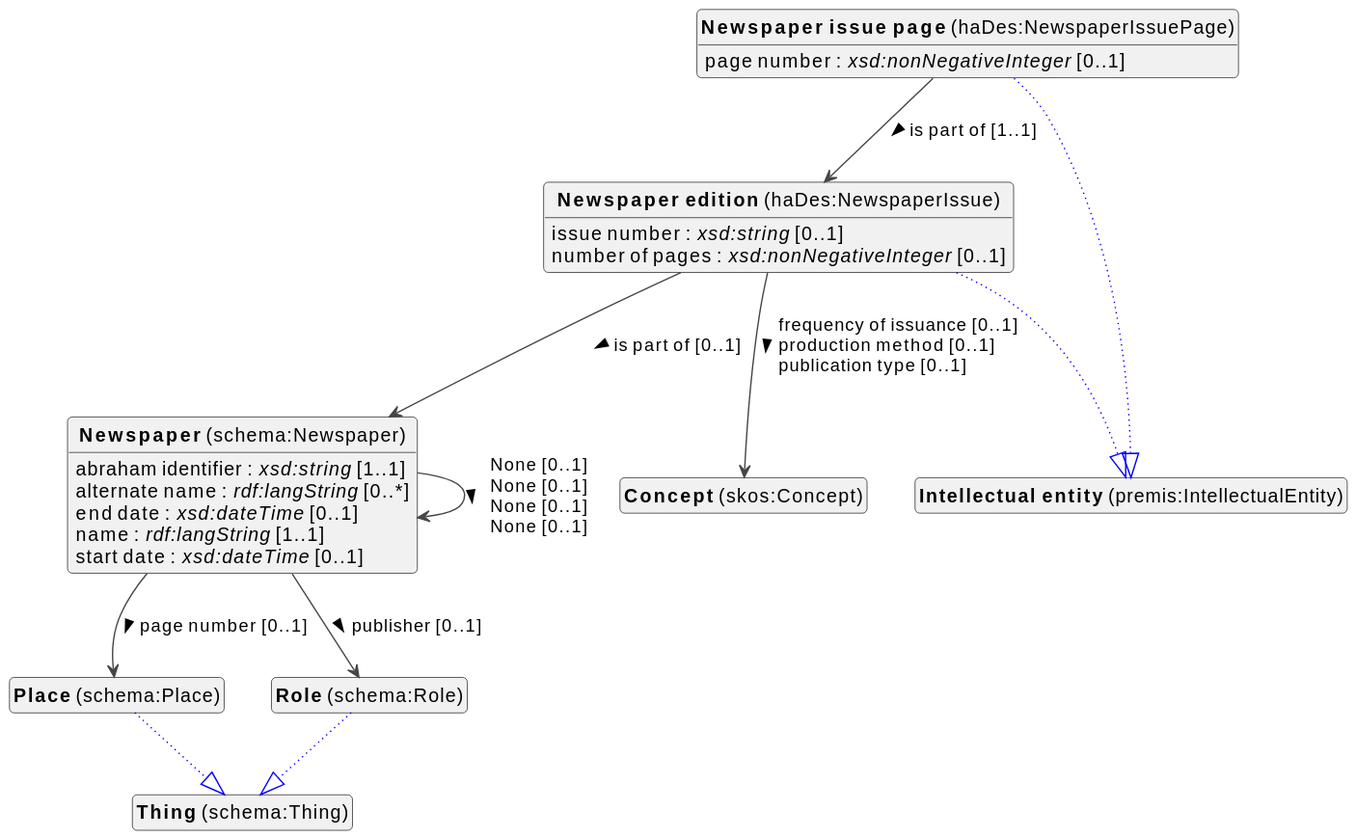
This is docs/metadata/knowledge-graph/0.0.1/bibliographic/en/bibliographic-diagram.svg from viaacode/documentation-jekyll, a PlantUML export, as it was before one commit.
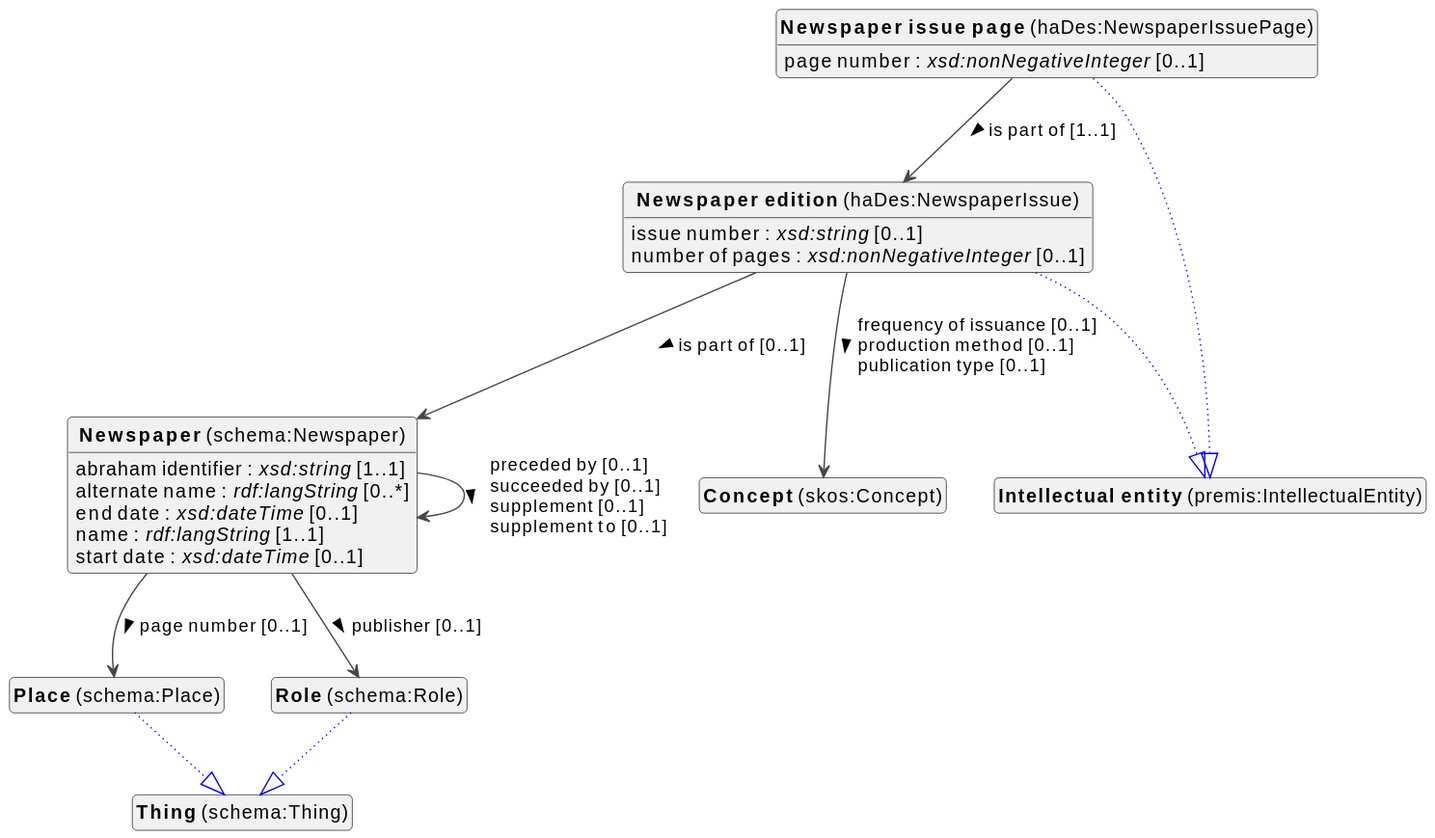
Above is the later version.

What changed in the source:
```diff
@@ -28,7 +28,7 @@
 schema_Newspaper : name : <i>rdf:langString</i> [1..1]
 schema_Newspaper : start date : <i>xsd:dateTime</i> [0..1]
 
-schema_Newspaper --> schema_Newspaper :None [0..1]  \lNone [0..1]  \lNone [0..1]  \lNone [0..1]  >
+schema_Newspaper --> schema_Newspaper :preceded by [0..1]  \lsucceeded by [0..1]  \lsupplement [0..1]  \lsupplement to [0..1]  >
 schema_Newspaper --> schema_Place :page number [0..1]  >
 schema_Newspaper --> schema_Role :publisher [0..1]  >
 
```
